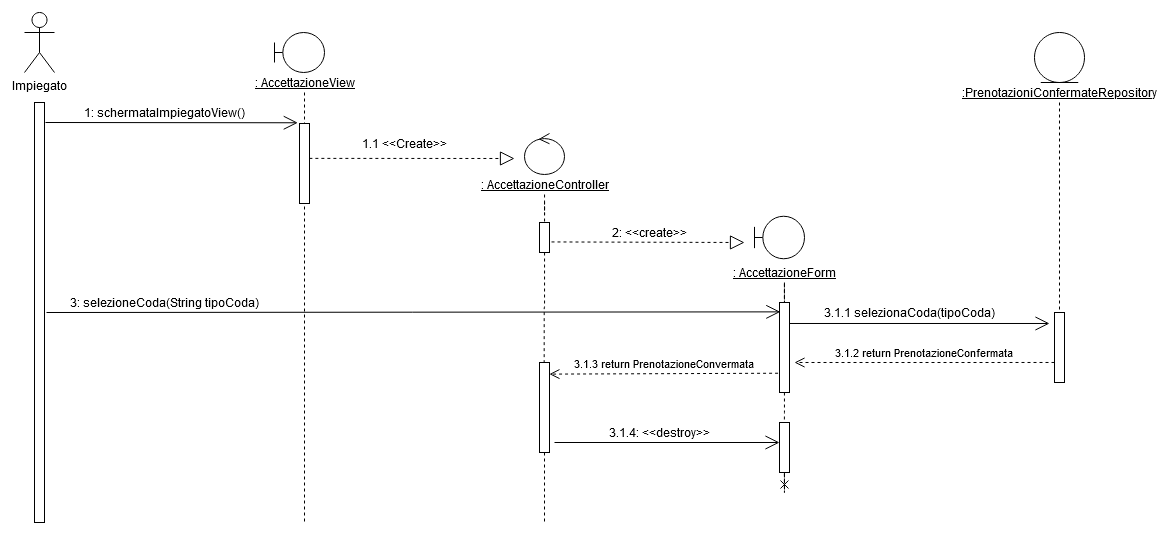
Before: Documenti/Sequence Diagram/SD AccettazionePrenotazione (Con repo).png, a diagram exported from draw.io (Givaa/MedQueue). Source tidied: cells renumbered, new cells last; positions are measured from the earlier drawing's top-left corner, leaving out a move shared by most shapes. The source it was exported from:
```xml
<mxGraphModel>
  <root>
    <mxCell id="0" />
    <mxCell id="1" parent="0" />
    <mxCell id="2" value="Impiegato" style="shape=umlActor;verticalLabelPosition=bottom;verticalAlign=top;html=1;" parent="1" vertex="1">
      <mxGeometry width="30" height="60" as="geometry" />
    </mxCell>
    <mxCell id="3" style="html=1;perimeter=orthogonalPerimeter;" parent="1" vertex="1">
      <mxGeometry x="10" y="90" width="10" height="420" as="geometry" />
    </mxCell>
    <mxCell id="4" style="shape=umlBoundary;whiteSpace=wrap;html=1;" parent="1" vertex="1">
      <mxGeometry x="250" y="20" width="50" height="40" as="geometry" />
    </mxCell>
    <mxCell id="5" style="edgeStyle=orthogonalEdgeStyle;rounded=0;jettySize=auto;html=1;dashed=1;endArrow=none;endFill=0;" parent="1" edge="1" source="6">
      <mxGeometry relative="1" as="geometry">
        <mxPoint x="280" y="510" as="targetPoint" />
      </mxGeometry>
    </mxCell>
    <mxCell id="6" value="&lt;u&gt;: AccettazioneView&lt;/u&gt;" style="text;html=1;align=center;verticalAlign=middle;points=[];" parent="1" vertex="1">
      <mxGeometry x="220" y="60" width="120" height="20" as="geometry" />
    </mxCell>
    <mxCell id="7" style="endArrow=open;endFill=1;endSize=12;html=1;entryX=-0.171;entryY=-0.009;entryDx=0;entryDy=0;entryPerimeter=0;" parent="1" edge="1" target="8">
      <mxGeometry relative="1" as="geometry">
        <mxPoint x="21" y="110" as="sourcePoint" />
      </mxGeometry>
    </mxCell>
    <mxCell id="8" style="html=1;points=[];perimeter=orthogonalPerimeter;" parent="1" vertex="1">
      <mxGeometry x="275" y="111" width="10" height="80" as="geometry" />
    </mxCell>
    <mxCell id="9" value="1: schermataImpiegatoView()" style="text;html=1;align=center;verticalAlign=middle;" parent="1" vertex="1">
      <mxGeometry x="50" y="90" width="180" height="20" as="geometry" />
    </mxCell>
    <mxCell id="10" style="endArrow=block;dashed=1;endFill=0;endSize=12;html=1;exitX=0.986;exitY=0.436;exitDx=0;exitDy=0;exitPerimeter=0;" parent="1" edge="1" source="8">
      <mxGeometry relative="1" as="geometry">
        <mxPoint x="490" y="146" as="targetPoint" />
      </mxGeometry>
    </mxCell>
    <mxCell id="11" style="ellipse;shape=umlControl;whiteSpace=wrap;html=1;" parent="1" vertex="1">
      <mxGeometry x="500" y="121" width="40" height="41" as="geometry" />
    </mxCell>
    <mxCell id="12" value="1.1 &amp;lt;&amp;lt;Create&amp;gt;&amp;gt;" style="text;html=1;align=center;verticalAlign=middle;" parent="1" vertex="1">
      <mxGeometry x="330" y="121" width="100" height="20" as="geometry" />
    </mxCell>
    <mxCell id="13" value="&lt;u&gt;: AccettazioneController&lt;/u&gt;" style="text;html=1;align=center;verticalAlign=middle;points=[];" parent="1" vertex="1">
      <mxGeometry x="450" y="162" width="140" height="20" as="geometry" />
    </mxCell>
    <mxCell id="14" style="edgeStyle=orthogonalEdgeStyle;rounded=0;jettySize=auto;html=1;entryX=0.467;entryY=-0.001;entryDx=0;entryDy=0;entryPerimeter=0;endArrow=none;endFill=0;dashed=1;" parent="1" edge="1" source="15" target="27">
      <mxGeometry relative="1" as="geometry" />
    </mxCell>
    <mxCell id="15" style="html=1;points=[];perimeter=orthogonalPerimeter;" parent="1" vertex="1">
      <mxGeometry x="515" y="210" width="10" height="30" as="geometry" />
    </mxCell>
    <mxCell id="16" style="edgeStyle=orthogonalEdgeStyle;rounded=0;jettySize=auto;html=1;dashed=1;endArrow=none;endFill=0;" parent="1" edge="1" source="13" target="15">
      <mxGeometry relative="1" as="geometry" />
    </mxCell>
    <mxCell id="17" style="endArrow=block;dashed=1;endFill=0;endSize=12;html=1;exitX=1.2;exitY=0.648;exitDx=0;exitDy=0;exitPerimeter=0;" parent="1" edge="1" source="15">
      <mxGeometry relative="1" as="geometry">
        <mxPoint x="720" y="230" as="targetPoint" />
      </mxGeometry>
    </mxCell>
    <mxCell id="18" value="2: &amp;lt;&amp;lt;create&amp;gt;&amp;gt;" style="text;html=1;align=center;verticalAlign=middle;" parent="1" vertex="1">
      <mxGeometry x="580" y="210" width="90" height="20" as="geometry" />
    </mxCell>
    <mxCell id="19" style="shape=umlBoundary;whiteSpace=wrap;html=1;" parent="1" vertex="1">
      <mxGeometry x="730" y="203.8" width="50" height="42.5" as="geometry" />
    </mxCell>
    <mxCell id="20" style="edgeStyle=orthogonalEdgeStyle;rounded=0;jettySize=auto;html=1;dashed=1;endArrow=none;endFill=0;" parent="1" edge="1" source="21" target="23">
      <mxGeometry relative="1" as="geometry" />
    </mxCell>
    <mxCell id="21" value="&lt;div&gt;&lt;u&gt;: AccettazioneForm&lt;/u&gt;&lt;/div&gt;" style="text;html=1;align=center;verticalAlign=middle;points=[];" parent="1" vertex="1">
      <mxGeometry x="700" y="250" width="120" height="20" as="geometry" />
    </mxCell>
    <mxCell id="22" style="edgeStyle=orthogonalEdgeStyle;rounded=0;jettySize=auto;html=1;dashed=1;endArrow=none;endFill=0;entryX=0.486;entryY=0.01;entryDx=0;entryDy=0;entryPerimeter=0;" parent="1" edge="1" source="23" target="29">
      <mxGeometry relative="1" as="geometry" />
    </mxCell>
    <mxCell id="23" style="html=1;points=[];perimeter=orthogonalPerimeter;" parent="1" vertex="1">
      <mxGeometry x="755" y="290" width="10" height="90" as="geometry" />
    </mxCell>
    <mxCell id="24" style="endArrow=open;endFill=1;endSize=12;html=1;entryX=0.083;entryY=0.104;entryDx=0;entryDy=0;entryPerimeter=0;" parent="1" edge="1" target="23">
      <mxGeometry relative="1" as="geometry">
        <mxPoint x="22" y="300" as="sourcePoint" />
      </mxGeometry>
    </mxCell>
    <mxCell id="25" value="3: selezioneCoda(String tipoCoda)" style="text;html=1;align=center;verticalAlign=middle;" parent="1" vertex="1">
      <mxGeometry x="40" y="280" width="200" height="20" as="geometry" />
    </mxCell>
    <mxCell id="26" style="edgeStyle=orthogonalEdgeStyle;rounded=0;jettySize=auto;html=1;dashed=1;endArrow=none;endFill=0;" parent="1" edge="1" source="27">
      <mxGeometry relative="1" as="geometry">
        <mxPoint x="520" y="510" as="targetPoint" />
      </mxGeometry>
    </mxCell>
    <mxCell id="27" style="html=1;points=[];perimeter=orthogonalPerimeter;" parent="1" vertex="1">
      <mxGeometry x="515" y="350" width="10" height="90" as="geometry" />
    </mxCell>
    <mxCell id="28" style="edgeStyle=orthogonalEdgeStyle;rounded=0;jettySize=auto;html=1;dashed=1;endArrow=cross;endFill=0;" parent="1" edge="1" source="29">
      <mxGeometry relative="1" as="geometry">
        <mxPoint x="760" y="480" as="targetPoint" />
      </mxGeometry>
    </mxCell>
    <mxCell id="29" style="html=1;points=[];perimeter=orthogonalPerimeter;" parent="1" vertex="1">
      <mxGeometry x="755" y="410" width="10" height="50" as="geometry" />
    </mxCell>
    <mxCell id="30" value="3.1.3 return PrenotazioneConvermata" style="html=1;verticalAlign=bottom;endArrow=open;dashed=1;endSize=8;exitX=-0.143;exitY=0.786;exitDx=0;exitDy=0;exitPerimeter=0;entryX=0.99;entryY=0.129;entryDx=0;entryDy=0;entryPerimeter=0;" parent="1" edge="1" source="23" target="27">
      <mxGeometry x="-0.01" relative="1" as="geometry" />
    </mxCell>
    <mxCell id="31" style="endArrow=open;endFill=1;endSize=12;html=1;exitX=1.5;exitY=0.889;exitDx=0;exitDy=0;exitPerimeter=0;" parent="1" edge="1" source="27" target="29">
      <mxGeometry relative="1" as="geometry" />
    </mxCell>
    <mxCell id="32" value="3.1.4: &amp;lt;&amp;lt;destroy&amp;gt;&amp;gt;" style="text;html=1;align=center;verticalAlign=middle;" parent="1" vertex="1">
      <mxGeometry x="575" y="410" width="120" height="20" as="geometry" />
    </mxCell>
    <mxCell id="33" style="endArrow=open;endFill=1;endSize=12;html=1;entryX=-0.5;entryY=0.157;entryDx=0;entryDy=0;entryPerimeter=0;" parent="1" edge="1" source="23" target="37">
      <mxGeometry relative="1" as="geometry" />
    </mxCell>
    <mxCell id="34" style="ellipse;shape=umlEntity;whiteSpace=wrap;html=1;" parent="1" vertex="1">
      <mxGeometry x="1010" y="20" width="50" height="50" as="geometry" />
    </mxCell>
    <mxCell id="35" style="edgeStyle=orthogonalEdgeStyle;rounded=0;jettySize=auto;html=1;dashed=1;endArrow=none;endFill=0;entryX=0.5;entryY=-0.022;entryDx=0;entryDy=0;entryPerimeter=0;" parent="1" edge="1" source="36" target="37">
      <mxGeometry relative="1" as="geometry" />
    </mxCell>
    <mxCell id="36" value="&lt;u&gt;:PrenotazioniConfermateRepository&lt;/u&gt;" style="text;html=1;align=center;verticalAlign=middle;points=[];" parent="1" vertex="1">
      <mxGeometry x="930" y="70" width="210" height="20" as="geometry" />
    </mxCell>
    <mxCell id="37" style="html=1;points=[];perimeter=orthogonalPerimeter;" parent="1" vertex="1">
      <mxGeometry x="1030" y="300" width="10" height="70" as="geometry" />
    </mxCell>
    <mxCell id="38" value="3.1.2 return PrenotazioneConfermata" style="html=1;verticalAlign=bottom;endArrow=open;dashed=1;endSize=8;exitX=0;exitY=0.714;exitDx=0;exitDy=0;exitPerimeter=0;" parent="1" edge="1" source="37">
      <mxGeometry relative="1" as="geometry">
        <mxPoint x="770" y="350" as="targetPoint" />
      </mxGeometry>
    </mxCell>
    <mxCell id="39" value="3.1.1 selezionaCoda(tipoCoda)" style="text;html=1;align=center;verticalAlign=middle;rotation=0;" parent="1" vertex="1">
      <mxGeometry x="790" y="290" width="190" height="20" as="geometry" />
    </mxCell>
  </root>
</mxGraphModel>
```
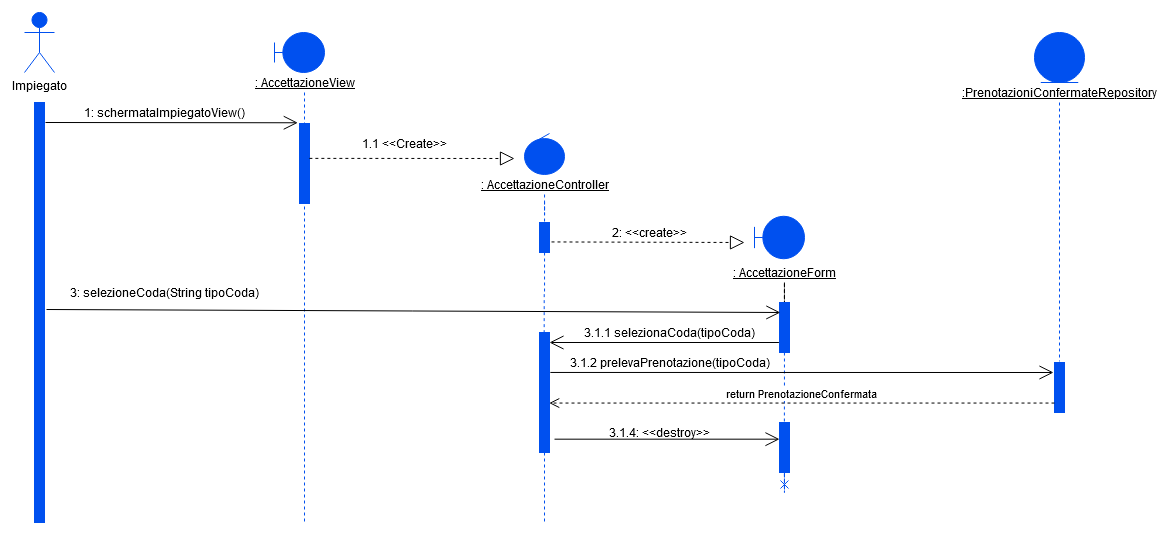
Later version of the same file.

Commit message:
Modifica Accettazione Prenotazione

Modificata la logica, muovendo l'invocazione della repository al controller e modificato i colori per uniformare il lavoro

What changed in the source:
```diff
@@ -2,16 +2,16 @@
   <root>
     <mxCell id="0" />
     <mxCell id="1" parent="0" />
-    <mxCell id="2" value="Impiegato" style="shape=umlActor;verticalLabelPosition=bottom;verticalAlign=top;html=1;" parent="1" vertex="1">
+    <mxCell id="2" value="Impiegato" style="shape=umlActor;verticalLabelPosition=bottom;verticalAlign=top;html=1;strokeColor=#0050ef;fillColor=#0050EF;" parent="1" vertex="1">
       <mxGeometry width="30" height="60" as="geometry" />
     </mxCell>
-    <mxCell id="3" style="html=1;perimeter=orthogonalPerimeter;" parent="1" vertex="1">
+    <mxCell id="3" style="html=1;perimeter=orthogonalPerimeter;strokeColor=#0050ef;fillColor=#0050EF;" parent="1" vertex="1">
       <mxGeometry x="10" y="90" width="10" height="420" as="geometry" />
     </mxCell>
-    <mxCell id="4" style="shape=umlBoundary;whiteSpace=wrap;html=1;" parent="1" vertex="1">
+    <mxCell id="4" style="shape=umlBoundary;whiteSpace=wrap;html=1;strokeColor=#0050ef;fillColor=#0050EF;" parent="1" vertex="1">
       <mxGeometry x="250" y="20" width="50" height="40" as="geometry" />
     </mxCell>
-    <mxCell id="5" style="edgeStyle=orthogonalEdgeStyle;rounded=0;jettySize=auto;html=1;dashed=1;endArrow=none;endFill=0;" parent="1" edge="1" source="6">
+    <mxCell id="5" style="edgeStyle=orthogonalEdgeStyle;rounded=0;jettySize=auto;html=1;dashed=1;endArrow=none;endFill=0;strokeColor=#0050ef;" parent="1" edge="1" source="6">
       <mxGeometry relative="1" as="geometry">
         <mxPoint x="280" y="510" as="targetPoint" />
       </mxGeometry>
@@ -24,7 +24,7 @@
         <mxPoint x="21" y="110" as="sourcePoint" />
       </mxGeometry>
     </mxCell>
-    <mxCell id="8" style="html=1;points=[];perimeter=orthogonalPerimeter;" parent="1" vertex="1">
+    <mxCell id="8" style="html=1;points=[];perimeter=orthogonalPerimeter;strokeColor=#0050ef;fillColor=#0050EF;" parent="1" vertex="1">
       <mxGeometry x="275" y="111" width="10" height="80" as="geometry" />
     </mxCell>
     <mxCell id="9" value="1: schermataImpiegatoView()" style="text;html=1;align=center;verticalAlign=middle;" parent="1" vertex="1">
@@ -35,7 +35,7 @@
         <mxPoint x="490" y="146" as="targetPoint" />
       </mxGeometry>
     </mxCell>
-    <mxCell id="11" style="ellipse;shape=umlControl;whiteSpace=wrap;html=1;" parent="1" vertex="1">
+    <mxCell id="11" style="ellipse;shape=umlControl;whiteSpace=wrap;html=1;strokeColor=#0050ef;fillColor=#0050EF;" parent="1" vertex="1">
       <mxGeometry x="500" y="121" width="40" height="41" as="geometry" />
     </mxCell>
     <mxCell id="12" value="1.1 &amp;lt;&amp;lt;Create&amp;gt;&amp;gt;" style="text;html=1;align=center;verticalAlign=middle;" parent="1" vertex="1">
@@ -44,13 +44,13 @@
     <mxCell id="13" value="&lt;u&gt;: AccettazioneController&lt;/u&gt;" style="text;html=1;align=center;verticalAlign=middle;points=[];" parent="1" vertex="1">
       <mxGeometry x="450" y="162" width="140" height="20" as="geometry" />
     </mxCell>
-    <mxCell id="14" style="edgeStyle=orthogonalEdgeStyle;rounded=0;jettySize=auto;html=1;entryX=0.467;entryY=-0.001;entryDx=0;entryDy=0;entryPerimeter=0;endArrow=none;endFill=0;dashed=1;" parent="1" edge="1" source="15" target="27">
+    <mxCell id="14" style="edgeStyle=orthogonalEdgeStyle;rounded=0;jettySize=auto;html=1;entryX=0.467;entryY=-0.001;entryDx=0;entryDy=0;entryPerimeter=0;endArrow=none;endFill=0;dashed=1;strokeColor=#0050ef;" parent="1" edge="1" source="15" target="27">
       <mxGeometry relative="1" as="geometry" />
     </mxCell>
-    <mxCell id="15" style="html=1;points=[];perimeter=orthogonalPerimeter;" parent="1" vertex="1">
+    <mxCell id="15" style="html=1;points=[];perimeter=orthogonalPerimeter;strokeColor=#0050ef;fillColor=#0050EF;" parent="1" vertex="1">
       <mxGeometry x="515" y="210" width="10" height="30" as="geometry" />
     </mxCell>
-    <mxCell id="16" style="edgeStyle=orthogonalEdgeStyle;rounded=0;jettySize=auto;html=1;dashed=1;endArrow=none;endFill=0;" parent="1" edge="1" source="13" target="15">
+    <mxCell id="16" style="edgeStyle=orthogonalEdgeStyle;rounded=0;jettySize=auto;html=1;dashed=1;endArrow=none;endFill=0;strokeColor=#0050EF;" parent="1" edge="1" source="13" target="15">
       <mxGeometry relative="1" as="geometry" />
     </mxCell>
     <mxCell id="17" style="endArrow=block;dashed=1;endFill=0;endSize=12;html=1;exitX=1.2;exitY=0.648;exitDx=0;exitDy=0;exitPerimeter=0;" parent="1" edge="1" source="15">
@@ -61,7 +61,7 @@
     <mxCell id="18" value="2: &amp;lt;&amp;lt;create&amp;gt;&amp;gt;" style="text;html=1;align=center;verticalAlign=middle;" parent="1" vertex="1">
       <mxGeometry x="580" y="210" width="90" height="20" as="geometry" />
     </mxCell>
-    <mxCell id="19" style="shape=umlBoundary;whiteSpace=wrap;html=1;" parent="1" vertex="1">
+    <mxCell id="19" style="shape=umlBoundary;whiteSpace=wrap;html=1;strokeColor=#0050ef;fillColor=#0050EF;" parent="1" vertex="1">
       <mxGeometry x="730" y="203.8" width="50" height="42.5" as="geometry" />
     </mxCell>
     <mxCell id="20" style="edgeStyle=orthogonalEdgeStyle;rounded=0;jettySize=auto;html=1;dashed=1;endArrow=none;endFill=0;" parent="1" edge="1" source="21" target="23">
@@ -70,67 +70,70 @@
     <mxCell id="21" value="&lt;div&gt;&lt;u&gt;: AccettazioneForm&lt;/u&gt;&lt;/div&gt;" style="text;html=1;align=center;verticalAlign=middle;points=[];" parent="1" vertex="1">
       <mxGeometry x="700" y="250" width="120" height="20" as="geometry" />
     </mxCell>
-    <mxCell id="22" style="edgeStyle=orthogonalEdgeStyle;rounded=0;jettySize=auto;html=1;dashed=1;endArrow=none;endFill=0;entryX=0.486;entryY=0.01;entryDx=0;entryDy=0;entryPerimeter=0;" parent="1" edge="1" source="23" target="29">
+    <mxCell id="22" style="edgeStyle=orthogonalEdgeStyle;rounded=0;jettySize=auto;html=1;dashed=1;endArrow=none;endFill=0;entryX=0.486;entryY=0.01;entryDx=0;entryDy=0;entryPerimeter=0;strokeColor=#0050ef;" parent="1" edge="1" source="23" target="29">
       <mxGeometry relative="1" as="geometry" />
     </mxCell>
-    <mxCell id="23" style="html=1;points=[];perimeter=orthogonalPerimeter;" parent="1" vertex="1">
-      <mxGeometry x="755" y="290" width="10" height="90" as="geometry" />
+    <mxCell id="23" style="html=1;points=[];perimeter=orthogonalPerimeter;strokeColor=#0050ef;fillColor=#0050EF;" parent="1" vertex="1">
+      <mxGeometry x="755" y="290" width="10" height="50" as="geometry" />
     </mxCell>
-    <mxCell id="24" style="endArrow=open;endFill=1;endSize=12;html=1;entryX=0.083;entryY=0.104;entryDx=0;entryDy=0;entryPerimeter=0;" parent="1" edge="1" target="23">
+    <mxCell id="24" style="endArrow=open;endFill=1;endSize=12;html=1;entryX=0.083;entryY=0.2;entryDx=0;entryDy=0;entryPerimeter=0;" parent="1" edge="1" target="23">
       <mxGeometry relative="1" as="geometry">
-        <mxPoint x="22" y="300" as="sourcePoint" />
+        <mxPoint x="22" y="297" as="sourcePoint" />
       </mxGeometry>
     </mxCell>
     <mxCell id="25" value="3: selezioneCoda(String tipoCoda)" style="text;html=1;align=center;verticalAlign=middle;" parent="1" vertex="1">
-      <mxGeometry x="40" y="280" width="200" height="20" as="geometry" />
+      <mxGeometry x="40" y="270" width="200" height="20" as="geometry" />
     </mxCell>
-    <mxCell id="26" style="edgeStyle=orthogonalEdgeStyle;rounded=0;jettySize=auto;html=1;dashed=1;endArrow=none;endFill=0;" parent="1" edge="1" source="27">
+    <mxCell id="26" style="edgeStyle=orthogonalEdgeStyle;rounded=0;jettySize=auto;html=1;dashed=1;endArrow=none;endFill=0;strokeColor=#0050ef;" parent="1" edge="1" source="27">
       <mxGeometry relative="1" as="geometry">
         <mxPoint x="520" y="510" as="targetPoint" />
       </mxGeometry>
     </mxCell>
-    <mxCell id="27" style="html=1;points=[];perimeter=orthogonalPerimeter;" parent="1" vertex="1">
-      <mxGeometry x="515" y="350" width="10" height="90" as="geometry" />
+    <mxCell id="27" style="html=1;points=[];perimeter=orthogonalPerimeter;strokeColor=#0050ef;fillColor=#0050EF;" parent="1" vertex="1">
+      <mxGeometry x="515" y="320" width="10" height="120" as="geometry" />
     </mxCell>
-    <mxCell id="28" style="edgeStyle=orthogonalEdgeStyle;rounded=0;jettySize=auto;html=1;dashed=1;endArrow=cross;endFill=0;" parent="1" edge="1" source="29">
+    <mxCell id="28" style="edgeStyle=orthogonalEdgeStyle;rounded=0;jettySize=auto;html=1;dashed=1;endArrow=cross;endFill=0;strokeColor=#0050EF;" parent="1" edge="1" source="29">
       <mxGeometry relative="1" as="geometry">
         <mxPoint x="760" y="480" as="targetPoint" />
       </mxGeometry>
     </mxCell>
-    <mxCell id="29" style="html=1;points=[];perimeter=orthogonalPerimeter;" parent="1" vertex="1">
+    <mxCell id="29" style="html=1;points=[];perimeter=orthogonalPerimeter;strokeColor=#0050ef;fillColor=#0050EF;" parent="1" vertex="1">
       <mxGeometry x="755" y="410" width="10" height="50" as="geometry" />
     </mxCell>
-    <mxCell id="30" value="3.1.3 return PrenotazioneConvermata" style="html=1;verticalAlign=bottom;endArrow=open;dashed=1;endSize=8;exitX=-0.143;exitY=0.786;exitDx=0;exitDy=0;exitPerimeter=0;entryX=0.99;entryY=0.129;entryDx=0;entryDy=0;entryPerimeter=0;" parent="1" edge="1" source="23" target="27">
-      <mxGeometry x="-0.01" relative="1" as="geometry" />
-    </mxCell>
     <mxCell id="31" style="endArrow=open;endFill=1;endSize=12;html=1;exitX=1.5;exitY=0.889;exitDx=0;exitDy=0;exitPerimeter=0;" parent="1" edge="1" source="27" target="29">
       <mxGeometry relative="1" as="geometry" />
     </mxCell>
     <mxCell id="32" value="3.1.4: &amp;lt;&amp;lt;destroy&amp;gt;&amp;gt;" style="text;html=1;align=center;verticalAlign=middle;" parent="1" vertex="1">
       <mxGeometry x="575" y="410" width="120" height="20" as="geometry" />
     </mxCell>
-    <mxCell id="33" style="endArrow=open;endFill=1;endSize=12;html=1;entryX=-0.5;entryY=0.157;entryDx=0;entryDy=0;entryPerimeter=0;" parent="1" edge="1" source="23" target="37">
-      <mxGeometry relative="1" as="geometry" />
-    </mxCell>
-    <mxCell id="34" style="ellipse;shape=umlEntity;whiteSpace=wrap;html=1;" parent="1" vertex="1">
+    <mxCell id="34" style="ellipse;shape=umlEntity;whiteSpace=wrap;html=1;strokeColor=#0050ef;fillColor=#0050EF;" parent="1" vertex="1">
       <mxGeometry x="1010" y="20" width="50" height="50" as="geometry" />
     </mxCell>
-    <mxCell id="35" style="edgeStyle=orthogonalEdgeStyle;rounded=0;jettySize=auto;html=1;dashed=1;endArrow=none;endFill=0;entryX=0.5;entryY=-0.022;entryDx=0;entryDy=0;entryPerimeter=0;" parent="1" edge="1" source="36" target="37">
+    <mxCell id="35" style="edgeStyle=orthogonalEdgeStyle;rounded=0;jettySize=auto;html=1;dashed=1;endArrow=none;endFill=0;entryX=0.5;entryY=-0.022;entryDx=0;entryDy=0;entryPerimeter=0;strokeColor=#0050ef;" parent="1" edge="1" source="36" target="37">
       <mxGeometry relative="1" as="geometry" />
     </mxCell>
     <mxCell id="36" value="&lt;u&gt;:PrenotazioniConfermateRepository&lt;/u&gt;" style="text;html=1;align=center;verticalAlign=middle;points=[];" parent="1" vertex="1">
       <mxGeometry x="930" y="70" width="210" height="20" as="geometry" />
     </mxCell>
-    <mxCell id="37" style="html=1;points=[];perimeter=orthogonalPerimeter;" parent="1" vertex="1">
-      <mxGeometry x="1030" y="300" width="10" height="70" as="geometry" />
+    <mxCell id="37" style="html=1;points=[];perimeter=orthogonalPerimeter;strokeColor=#0050ef;fillColor=#0050EF;" parent="1" vertex="1">
+      <mxGeometry x="1030" y="350" width="10" height="50" as="geometry" />
     </mxCell>
-    <mxCell id="38" value="3.1.2 return PrenotazioneConfermata" style="html=1;verticalAlign=bottom;endArrow=open;dashed=1;endSize=8;exitX=0;exitY=0.714;exitDx=0;exitDy=0;exitPerimeter=0;" parent="1" edge="1" source="37">
-      <mxGeometry relative="1" as="geometry">
-        <mxPoint x="770" y="350" as="targetPoint" />
-      </mxGeometry>
-    </mxCell>
     <mxCell id="39" value="3.1.1 selezionaCoda(tipoCoda)" style="text;html=1;align=center;verticalAlign=middle;rotation=0;" parent="1" vertex="1">
-      <mxGeometry x="790" y="290" width="190" height="20" as="geometry" />
+      <mxGeometry x="550" y="310" width="190" height="20" as="geometry" />
     </mxCell>
+    <mxCell id="30" style="endArrow=open;endFill=1;endSize=12;html=1;exitX=-0.057;exitY=0.8;exitDx=0;exitDy=0;exitPerimeter=0;" parent="1" edge="1" source="23" target="27">
+      <mxGeometry relative="1" as="geometry" />
+    </mxCell>
+    <mxCell id="40" style="endArrow=open;endFill=1;endSize=12;html=1;exitX=1.086;exitY=0.333;exitDx=0;exitDy=0;exitPerimeter=0;" parent="1" edge="1" source="27">
+      <mxGeometry relative="1" as="geometry">
+        <mxPoint x="1029" y="360" as="targetPoint" />
+      </mxGeometry>
+    </mxCell>
+    <mxCell id="41" value="3.1.2 prelevaPrenotazione(tipoCoda)" style="text;html=1;align=center;verticalAlign=middle;rotation=0;" parent="1" vertex="1">
+      <mxGeometry x="535" y="340" width="220" height="20" as="geometry" />
+    </mxCell>
+    <mxCell id="42" value="return PrenotazioneConfermata" style="html=1;verticalAlign=bottom;endArrow=open;dashed=1;endSize=8;entryX=0.971;entryY=0.588;entryDx=0;entryDy=0;entryPerimeter=0;exitX=0;exitY=0.811;exitDx=0;exitDy=0;exitPerimeter=0;" parent="1" edge="1" source="37" target="27">
+      <mxGeometry relative="1" as="geometry" />
+    </mxCell>
   </root>
 </mxGraphModel>
```
